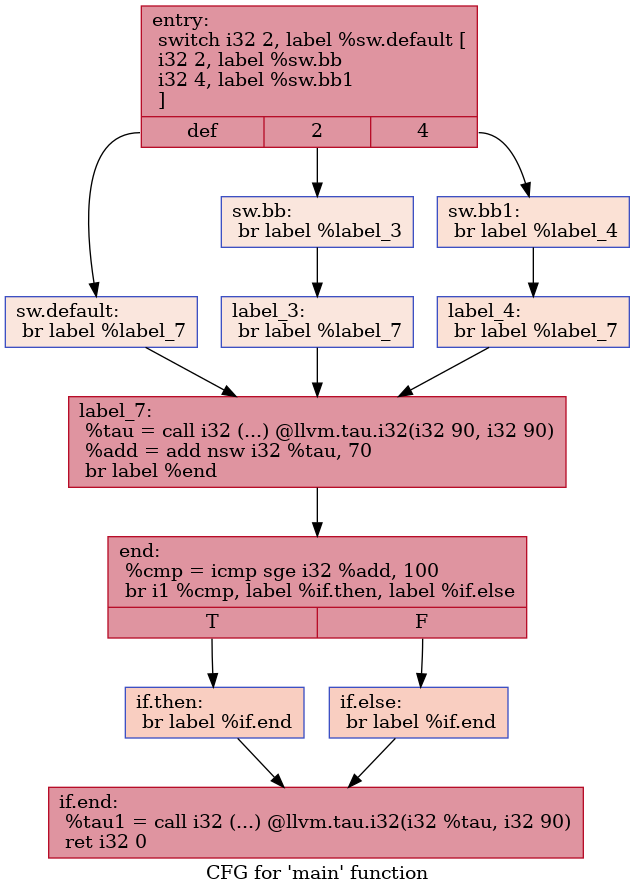
This is IR/cfg/SCCP_HPSSA.dot.png from HPSSA-LLVM/HPSSA-LLVM, a Graphviz export, as it was before one commit. Its source is kept beside it as IR/cfg/SCCP_HPSSA.dot. Its diagram source:
```dot
digraph "CFG for 'main' function" {
	label="CFG for 'main' function";

	Node0x558cc896c820 [shape=record,color="#b70d28ff", style=filled, fillcolor="#b70d2870",label="{entry:\l  switch i32 2, label %sw.default [\l    i32 2, label %sw.bb\l    i32 4, label %sw.bb1\l  ]\l|{<s0>def|<s1>2|<s2>4}}"];
	Node0x558cc896c820:s0 -> Node0x558cc896c950;
	Node0x558cc896c820:s1 -> Node0x558cc896c9d0;
	Node0x558cc896c820:s2 -> Node0x558cc896ca70;
	Node0x558cc896c9d0 [shape=record,color="#3d50c3ff", style=filled, fillcolor="#f3c7b170",label="{sw.bb:                                            \l  br label %label_3\l}"];
	Node0x558cc896c9d0 -> Node0x558cc896cc00;
	Node0x558cc896ca70 [shape=record,color="#3d50c3ff", style=filled, fillcolor="#f7bca170",label="{sw.bb1:                                           \l  br label %label_4\l}"];
	Node0x558cc896ca70 -> Node0x558cc896cce0;
	Node0x558cc896c950 [shape=record,color="#3d50c3ff", style=filled, fillcolor="#f3c7b170",label="{sw.default:                                       \l  br label %label_7\l}"];
	Node0x558cc896c950 -> Node0x558cc896cdc0;
	Node0x558cc896cc00 [shape=record,color="#3d50c3ff", style=filled, fillcolor="#f3c7b170",label="{label_3:                                          \l  br label %label_7\l}"];
	Node0x558cc896cc00 -> Node0x558cc896cdc0;
	Node0x558cc896cce0 [shape=record,color="#3d50c3ff", style=filled, fillcolor="#f7bca170",label="{label_4:                                          \l  br label %label_7\l}"];
	Node0x558cc896cce0 -> Node0x558cc896cdc0;
	Node0x558cc896cdc0 [shape=record,color="#b70d28ff", style=filled, fillcolor="#b70d2870",label="{label_7:                                          \l  %tau = call i32 (...) @llvm.tau.i32(i32 90, i32 90)\l  %add = add nsw i32 %tau, 70\l  br label %end\l}"];
	Node0x558cc896cdc0 -> Node0x558cc896d280;
	Node0x558cc896d280 [shape=record,color="#b70d28ff", style=filled, fillcolor="#b70d2870",label="{end:                                              \l  %cmp = icmp sge i32 %add, 100\l  br i1 %cmp, label %if.then, label %if.else\l|{<s0>T|<s1>F}}"];
	Node0x558cc896d280:s0 -> Node0x558cc896d440;
	Node0x558cc896d280:s1 -> Node0x558cc896d4b0;
	Node0x558cc896d440 [shape=record,color="#3d50c3ff", style=filled, fillcolor="#f2907270",label="{if.then:                                          \l  br label %if.end\l}"];
	Node0x558cc896d440 -> Node0x558cc896d770;
	Node0x558cc896d4b0 [shape=record,color="#3d50c3ff", style=filled, fillcolor="#f2907270",label="{if.else:                                          \l  br label %if.end\l}"];
	Node0x558cc896d4b0 -> Node0x558cc896d770;
	Node0x558cc896d770 [shape=record,color="#b70d28ff", style=filled, fillcolor="#b70d2870",label="{if.end:                                           \l  %tau1 = call i32 (...) @llvm.tau.i32(i32 %tau, i32 90)\l  ret i32 0\l}"];
}
```
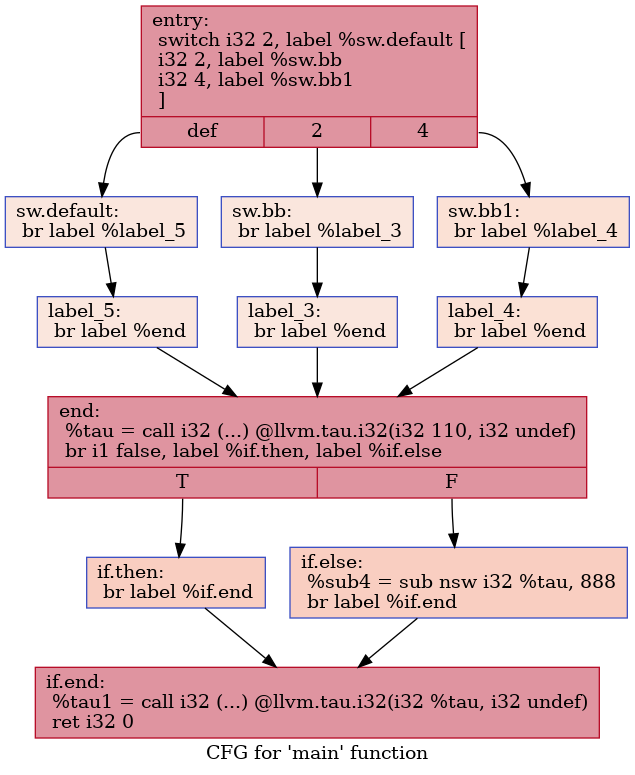
After the change.

The edit, as a diff of the source:
```diff
@@ -1,28 +1,28 @@
 digraph "CFG for 'main' function" {
 	label="CFG for 'main' function";
 
-	Node0x558cc896c820 [shape=record,color="#b70d28ff", style=filled, fillcolor="#b70d2870",label="{entry:\l  switch i32 2, label %sw.default [\l    i32 2, label %sw.bb\l    i32 4, label %sw.bb1\l  ]\l|{<s0>def|<s1>2|<s2>4}}"];
-	Node0x558cc896c820:s0 -> Node0x558cc896c950;
-	Node0x558cc896c820:s1 -> Node0x558cc896c9d0;
-	Node0x558cc896c820:s2 -> Node0x558cc896ca70;
-	Node0x558cc896c9d0 [shape=record,color="#3d50c3ff", style=filled, fillcolor="#f3c7b170",label="{sw.bb:                                            \l  br label %label_3\l}"];
-	Node0x558cc896c9d0 -> Node0x558cc896cc00;
-	Node0x558cc896ca70 [shape=record,color="#3d50c3ff", style=filled, fillcolor="#f7bca170",label="{sw.bb1:                                           \l  br label %label_4\l}"];
-	Node0x558cc896ca70 -> Node0x558cc896cce0;
-	Node0x558cc896c950 [shape=record,color="#3d50c3ff", style=filled, fillcolor="#f3c7b170",label="{sw.default:                                       \l  br label %label_7\l}"];
-	Node0x558cc896c950 -> Node0x558cc896cdc0;
-	Node0x558cc896cc00 [shape=record,color="#3d50c3ff", style=filled, fillcolor="#f3c7b170",label="{label_3:                                          \l  br label %label_7\l}"];
-	Node0x558cc896cc00 -> Node0x558cc896cdc0;
-	Node0x558cc896cce0 [shape=record,color="#3d50c3ff", style=filled, fillcolor="#f7bca170",label="{label_4:                                          \l  br label %label_7\l}"];
-	Node0x558cc896cce0 -> Node0x558cc896cdc0;
-	Node0x558cc896cdc0 [shape=record,color="#b70d28ff", style=filled, fillcolor="#b70d2870",label="{label_7:                                          \l  %tau = call i32 (...) @llvm.tau.i32(i32 90, i32 90)\l  %add = add nsw i32 %tau, 70\l  br label %end\l}"];
-	Node0x558cc896cdc0 -> Node0x558cc896d280;
-	Node0x558cc896d280 [shape=record,color="#b70d28ff", style=filled, fillcolor="#b70d2870",label="{end:                                              \l  %cmp = icmp sge i32 %add, 100\l  br i1 %cmp, label %if.then, label %if.else\l|{<s0>T|<s1>F}}"];
-	Node0x558cc896d280:s0 -> Node0x558cc896d440;
-	Node0x558cc896d280:s1 -> Node0x558cc896d4b0;
-	Node0x558cc896d440 [shape=record,color="#3d50c3ff", style=filled, fillcolor="#f2907270",label="{if.then:                                          \l  br label %if.end\l}"];
-	Node0x558cc896d440 -> Node0x558cc896d770;
-	Node0x558cc896d4b0 [shape=record,color="#3d50c3ff", style=filled, fillcolor="#f2907270",label="{if.else:                                          \l  br label %if.end\l}"];
-	Node0x558cc896d4b0 -> Node0x558cc896d770;
-	Node0x558cc896d770 [shape=record,color="#b70d28ff", style=filled, fillcolor="#b70d2870",label="{if.end:                                           \l  %tau1 = call i32 (...) @llvm.tau.i32(i32 %tau, i32 90)\l  ret i32 0\l}"];
+	Node0x55d8549ee800 [shape=record,color="#b70d28ff", style=filled, fillcolor="#b70d2870",label="{entry:\l  switch i32 2, label %sw.default [\l    i32 2, label %sw.bb\l    i32 4, label %sw.bb1\l  ]\l|{<s0>def|<s1>2|<s2>4}}"];
+	Node0x55d8549ee800:s0 -> Node0x55d8549ee930;
+	Node0x55d8549ee800:s1 -> Node0x55d8549ee9b0;
+	Node0x55d8549ee800:s2 -> Node0x55d8549eea50;
+	Node0x55d8549ee9b0 [shape=record,color="#3d50c3ff", style=filled, fillcolor="#f3c7b170",label="{sw.bb:                                            \l  br label %label_3\l}"];
+	Node0x55d8549ee9b0 -> Node0x55d8549eebe0;
+	Node0x55d8549eea50 [shape=record,color="#3d50c3ff", style=filled, fillcolor="#f7bca170",label="{sw.bb1:                                           \l  br label %label_4\l}"];
+	Node0x55d8549eea50 -> Node0x55d8549eecc0;
+	Node0x55d8549ee930 [shape=record,color="#3d50c3ff", style=filled, fillcolor="#f3c7b170",label="{sw.default:                                       \l  br label %label_5\l}"];
+	Node0x55d8549ee930 -> Node0x55d8549eeda0;
+	Node0x55d8549eebe0 [shape=record,color="#3d50c3ff", style=filled, fillcolor="#f3c7b170",label="{label_3:                                          \l  br label %end\l}"];
+	Node0x55d8549eebe0 -> Node0x55d8549eee80;
+	Node0x55d8549eecc0 [shape=record,color="#3d50c3ff", style=filled, fillcolor="#f7bca170",label="{label_4:                                          \l  br label %end\l}"];
+	Node0x55d8549eecc0 -> Node0x55d8549eee80;
+	Node0x55d8549eeda0 [shape=record,color="#3d50c3ff", style=filled, fillcolor="#f3c7b170",label="{label_5:                                          \l  br label %end\l}"];
+	Node0x55d8549eeda0 -> Node0x55d8549eee80;
+	Node0x55d8549eee80 [shape=record,color="#b70d28ff", style=filled, fillcolor="#b70d2870",label="{end:                                              \l  %tau = call i32 (...) @llvm.tau.i32(i32 110, i32 undef)\l  br i1 false, label %if.then, label %if.else\l|{<s0>T|<s1>F}}"];
+	Node0x55d8549eee80:s0 -> Node0x55d8549ef6c0;
+	Node0x55d8549eee80:s1 -> Node0x55d8549ef730;
+	Node0x55d8549ef6c0 [shape=record,color="#3d50c3ff", style=filled, fillcolor="#f2907270",label="{if.then:                                          \l  br label %if.end\l}"];
+	Node0x55d8549ef6c0 -> Node0x55d8549ef850;
+	Node0x55d8549ef730 [shape=record,color="#3d50c3ff", style=filled, fillcolor="#f2907270",label="{if.else:                                          \l  %sub4 = sub nsw i32 %tau, 888\l  br label %if.end\l}"];
+	Node0x55d8549ef730 -> Node0x55d8549ef850;
+	Node0x55d8549ef850 [shape=record,color="#b70d28ff", style=filled, fillcolor="#b70d2870",label="{if.end:                                           \l  %tau1 = call i32 (...) @llvm.tau.i32(i32 %tau, i32 undef)\l  ret i32 0\l}"];
 }
```
